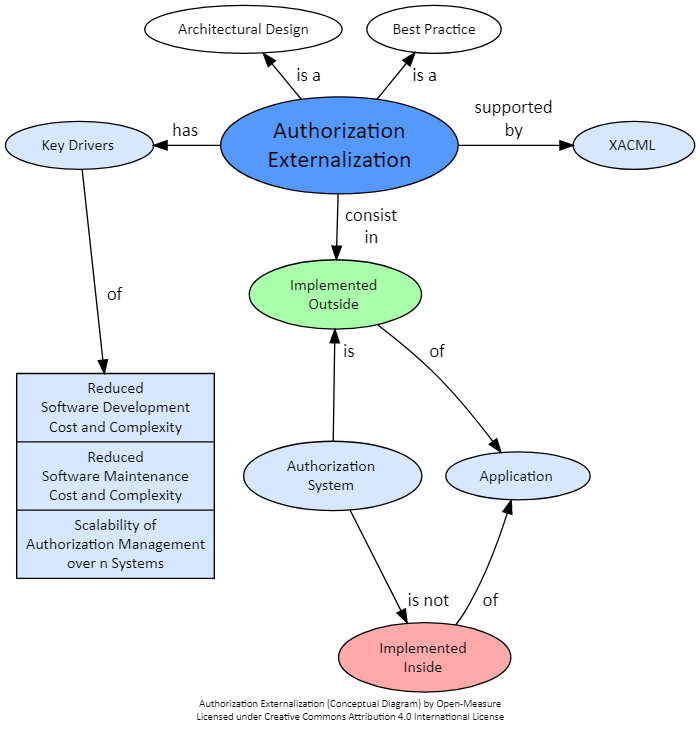
The Graphviz diagram Dictionary/authorization-externalization.png in Open-Measure/Graphviz-Models, before a commit. Its source is kept beside it as Dictionary/authorization-externalization.gv. The source it was exported from:
```dot
digraph G {
	rankdir="TB";
	ranksep="0";
	splines="curve";
	newrank=true;
	packmode="clust";
	compound=true;
	fontname="Calibri";
	label="Authorization Externalization (Conceptual Diagram) by Open-Measure\nLicensed under Creative Commons Attribution 4.0 International License";
	fontsize=8;
	node[shape="ellipse", fontsize=12, fillcolor="#d6e7ff", style="filled", fontname="Calibri"];
	edge[fontname="Calibri", minlen="1"];

	# Parent Concept
	n_architectural_design [label="Architectural Design", fillcolor="#ffffff"];
	n_architectural_design -> n_authorization_externalization [weight=10, label="  is a  ", dir="back"];
	n_best_practice [label="Best Practice", fillcolor="#ffffff"];
	n_best_practice -> n_authorization_externalization [weight=10, label="  is a  ", dir="back"];

	# Concept
	n_authorization_externalization [label="Authorization\nExternalization", fontsize=18, fillcolor="#5599ff", URL="https://open-measure.atlassian.net/wiki/spaces/DIC/pages/1079050286"];

	# Key Characteristics and Children Concepts
	n_outside_implementation [label="  Implemented  \n  Outside  ", fillcolor="#aaffaa"];
	n_key_drivers [label="  Key Drivers  "];
	n_key_drivers -> n_motivations [label="  of  "];
	n_motivations [label="{<n_driver_1> Reduced\nSoftware Development\nCost and Complexity|<n_driver_2> Reduced\nSoftware Maintenance\nCost and Complexity|<n_driver_3> Scalability of\nAuthorization Management\nover n Systems}", shape="record", color="black", fontcolor="black"];
	n_key_drivers -> n_authorization_externalization [label="  has  ", dir="back"];
	n_authorization_externalization -> n_outside_implementation [label="  consist  \n  in  "]
	n_authorization_system -> n_outside_implementation [label="  is  "];
	n_outside_implementation -> n_application [label="  of  "];
	n_application [label="  Application  "];
	n_authorization_system [label="  Authorization  \n  System  "];
	n_authorization_system -> n_inside_implementation [label="  is not  "];
	n_inside_implementation -> n_application [label="  of  "];
	n_inside_implementation [label="  Implemented  \n  Inside  ", fillcolor="#ffaaaa"];
	n_xacml [label="  XACML  "];
	n_authorization_externalization -> n_xacml [label="  supported  \n  by  "];
	n_motivations -> n_outside_implementation [style="invis"]
	# Levels
	{ rank=same; n_authorization_externalization; n_xacml; n_key_drivers };
	{ rank=same; n_motivations; n_authorization_system; n_application };
	{ rank=same; n_motivations; n_authorization_system; n_application };
	# { rank=same; n_motivations; n_authorization_system };
}
```
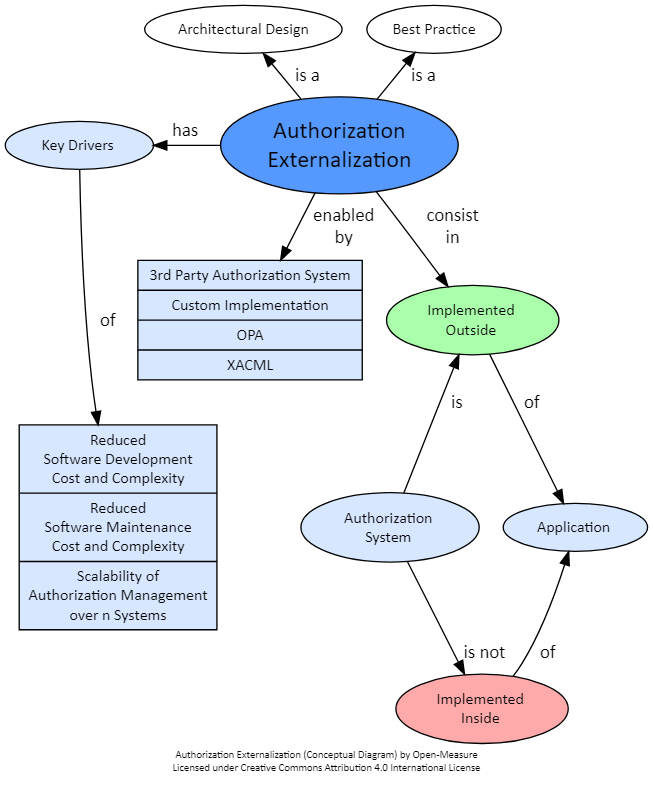
After the change.

Change to the diagram source:
```diff
@@ -34,11 +34,11 @@
 	n_authorization_system -> n_inside_implementation [label="  is not  "];
 	n_inside_implementation -> n_application [label="  of  "];
 	n_inside_implementation [label="  Implemented  \n  Inside  ", fillcolor="#ffaaaa"];
-	n_xacml [label="  XACML  "];
-	n_authorization_externalization -> n_xacml [label="  supported  \n  by  "];
+	n_xacml [label="{3rd Party Authorization System|Custom Implementation|OPA|XACML}", shape="record"];
+	n_authorization_externalization -> n_xacml [label="  enabled  \n  by  "];
 	n_motivations -> n_outside_implementation [style="invis"]
 	# Levels
-	{ rank=same; n_authorization_externalization; n_xacml; n_key_drivers };
+	{ rank=same; n_authorization_externalization; n_key_drivers };
 	{ rank=same; n_motivations; n_authorization_system; n_application };
 	{ rank=same; n_motivations; n_authorization_system; n_application };
 	# { rank=same; n_motivations; n_authorization_system };
```
